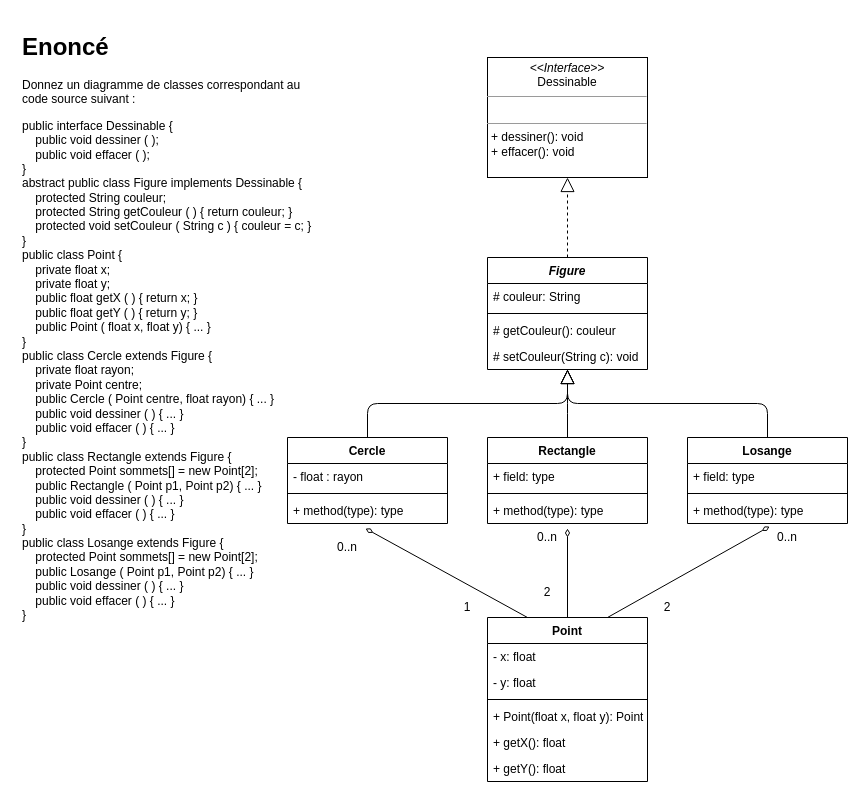
The draw.io diagram exo09.drawio in valentin-cochin/cda-uml-exos, before the edit. Source tidied: cells renumbered, new cells numbered last; positions are measured from the earlier drawing's top-left corner, leaving out a move shared by most shapes. Both pictures are drawn from the tidied source at 100%, with x=0, y=0 at pixel (17, 27).
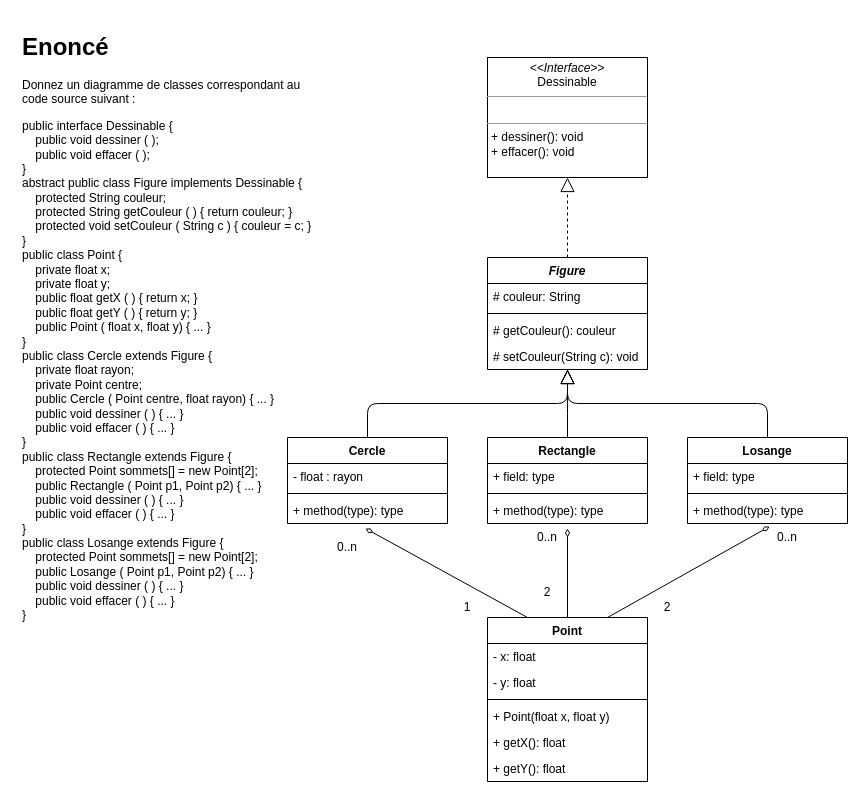
After the change.

The change refers to these unchanged cells:
```xml
<mxCell id="8" value="Point" style="swimlane;fontStyle=1;align=center;verticalAlign=top;horizontal=1;startSize=26;" parent="1" vertex="1">
  <mxGeometry x="470" y="590" width="160" height="164" as="geometry" />
</mxCell>
```

What changed in the source:
```diff
@@
-    <mxCell id="12" value="+ Point(float x, float y): Point" style="text;strokeColor=none;fillColor=none;align=left;verticalAlign=top;spacingLeft=4;spacingRight=4;overflow=hidden;" parent="8" vertex="1">
+    <mxCell id="12" value="+ Point(float x, float y)" style="text;strokeColor=none;fillColor=none;align=left;verticalAlign=top;spacingLeft=4;spacingRight=4;overflow=hidden;" parent="8" vertex="1">
       <mxGeometry y="86" width="160" height="26" as="geometry" />
     </mxCell>
```
